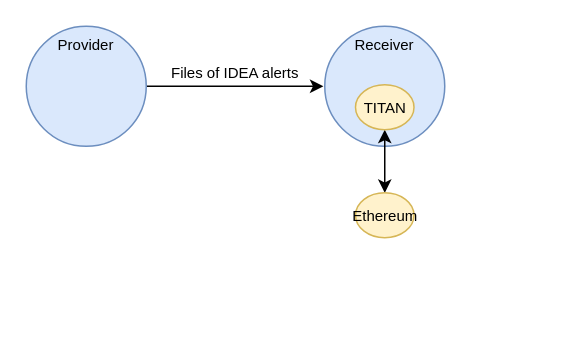
The draw.io diagram page "Page-4" (4 of 4) of ThreeLayer.drawio in Albert-W/Draw_io, before the edit. Source tidied: cells renumbered, new cells numbered last; positions are measured from the earlier drawing's top-left corner, leaving out a move shared by most shapes. Both pictures are drawn from the tidied source at 150%, with x=0, y=0 at pixel (26, 26).
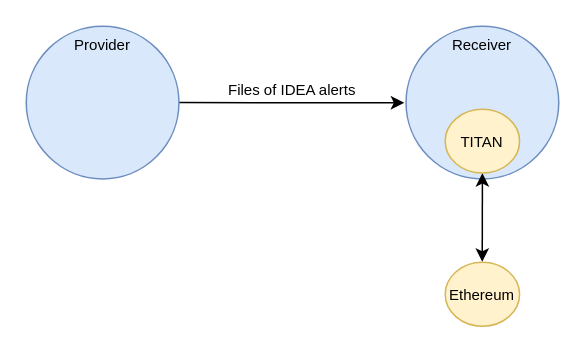
Above is the later version.

What changed in the source:
```diff
@@
 <mxGraphModel>
   <root>
     <mxCell id="0" />
     <mxCell id="1" parent="0" />
+    <mxCell id="8" style="group;" parent="1" vertex="1">
+      <mxGeometry width="355" height="200" as="geometry" />
+    </mxCell>
-    <mxCell id="2" value="Files of IDEA alerts&lt;br&gt;" style="edgeStyle=none;rounded=0;jettySize=auto;html=1;exitX=1;exitY=0.5;exitDx=0;exitDy=0;startArrow=none;startFill=0;endArrow=classic;endFill=1;strokeWidth=1;fontSize=10;verticalAlign=bottom;" parent="1" edge="1" source="3">
+    <mxCell id="2" value="Files of IDEA alerts&lt;br&gt;" style="edgeStyle=none;rounded=0;jettySize=auto;html=1;exitX=1;exitY=0.5;exitDx=0;exitDy=0;startArrow=none;startFill=0;endArrow=classic;endFill=1;strokeWidth=1;fontSize=10;verticalAlign=bottom;" parent="8" edge="1" source="3">
       <mxGeometry relative="1" as="geometry">
-        <mxPoint x="198.1" y="40" as="targetPoint" />
+        <mxPoint x="252" y="51" as="targetPoint" />
       </mxGeometry>
     </mxCell>
-    <mxCell id="3" value="Provider" style="ellipse;whiteSpace=wrap;html=1;strokeColor=#6c8ebf;fontSize=10;fillColor=#dae8fc;align=center;verticalAlign=top;" parent="1" vertex="1">
-      <mxGeometry width="80" height="80" as="geometry" />
+    <mxCell id="3" value="Provider" style="ellipse;whiteSpace=wrap;html=1;strokeColor=#6c8ebf;fontSize=10;fillColor=#dae8fc;align=center;verticalAlign=top;" parent="8" vertex="1">
+      <mxGeometry width="101.8" height="101.8" as="geometry" />
     </mxCell>
-    <mxCell id="4" value="Receiver" style="ellipse;whiteSpace=wrap;html=1;strokeColor=#6c8ebf;fontSize=10;fillColor=#dae8fc;align=center;verticalAlign=top;" parent="1" vertex="1">
-      <mxGeometry x="199" width="80" height="80" as="geometry" />
+    <mxCell id="4" value="Receiver" style="ellipse;whiteSpace=wrap;html=1;strokeColor=#6c8ebf;fontSize=10;fillColor=#dae8fc;align=center;verticalAlign=top;" parent="8" vertex="1">
+      <mxGeometry x="253.2" width="101.8" height="101.8" as="geometry" />
     </mxCell>
-    <mxCell id="5" style="edgeStyle=none;rounded=0;jettySize=auto;html=1;exitX=0.5;exitY=1;exitDx=0;exitDy=0;startArrow=classic;startFill=1;endArrow=classic;endFill=1;strokeWidth=1;fontSize=10;" parent="1" edge="1" source="6">
+    <mxCell id="5" style="edgeStyle=none;rounded=0;jettySize=auto;html=1;exitX=0.5;exitY=1;exitDx=0;exitDy=0;startArrow=classic;startFill=1;endArrow=classic;endFill=1;strokeWidth=1;fontSize=10;" parent="8" edge="1" source="6">
       <mxGeometry relative="1" as="geometry">
-        <mxPoint x="239" y="111.1" as="targetPoint" />
+        <mxPoint x="304" y="157" as="targetPoint" />
       </mxGeometry>
     </mxCell>
-    <mxCell id="6" value="TITAN" style="ellipse;whiteSpace=wrap;html=1;strokeColor=#d6b656;fillColor=#fff2cc;fontSize=10;align=center;" parent="1" vertex="1">
-      <mxGeometry x="219.5" y="39" width="39" height="30" as="geometry" />
+    <mxCell id="6" value="TITAN" style="ellipse;whiteSpace=wrap;html=1;strokeColor=#d6b656;fillColor=#fff2cc;fontSize=10;align=center;" parent="8" vertex="1">
+      <mxGeometry x="279.3" y="55.3" width="49.6" height="42.6" as="geometry" />
     </mxCell>
-    <mxCell id="7" value="Ethereum" style="ellipse;whiteSpace=wrap;html=1;strokeColor=#d6b656;fillColor=#fff2cc;fontSize=10;align=center;" parent="1" vertex="1">
-      <mxGeometry x="219.5" y="111" width="39" height="30" as="geometry" />
+    <mxCell id="7" value="Ethereum" style="ellipse;whiteSpace=wrap;html=1;strokeColor=#d6b656;fillColor=#fff2cc;fontSize=10;align=center;" parent="8" vertex="1">
+      <mxGeometry x="279.3" y="157.4" width="49.6" height="42.6" as="geometry" />
     </mxCell>
   </root>
 </mxGraphModel>
```
